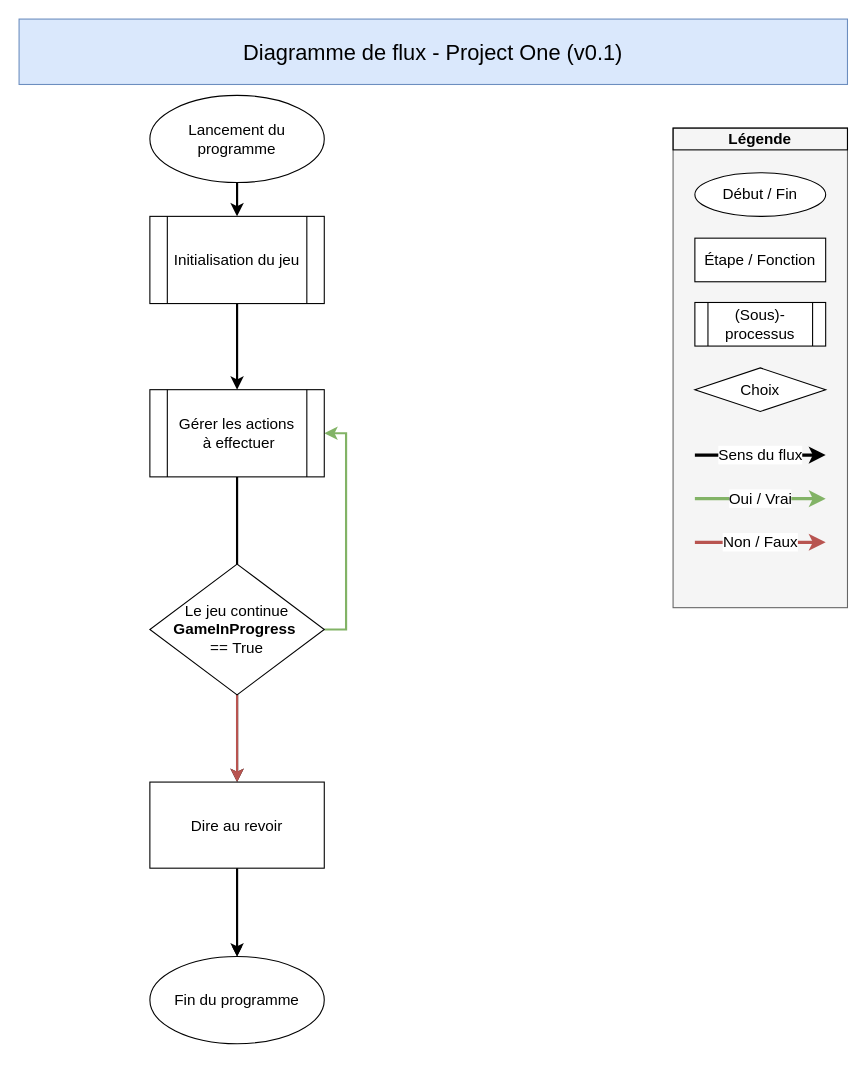
Above: page "main" (1 of 4) of project_one_.drawio in Aurelia61/project_one (draw.io), before the change. Source tidied: cells renumbered, new cells numbered last; positions are measured from the earlier drawing's top-left corner, leaving out a move shared by most shapes. Both pictures are drawn from the tidied source at 109%, with x=0, y=0 at pixel (19, 19).
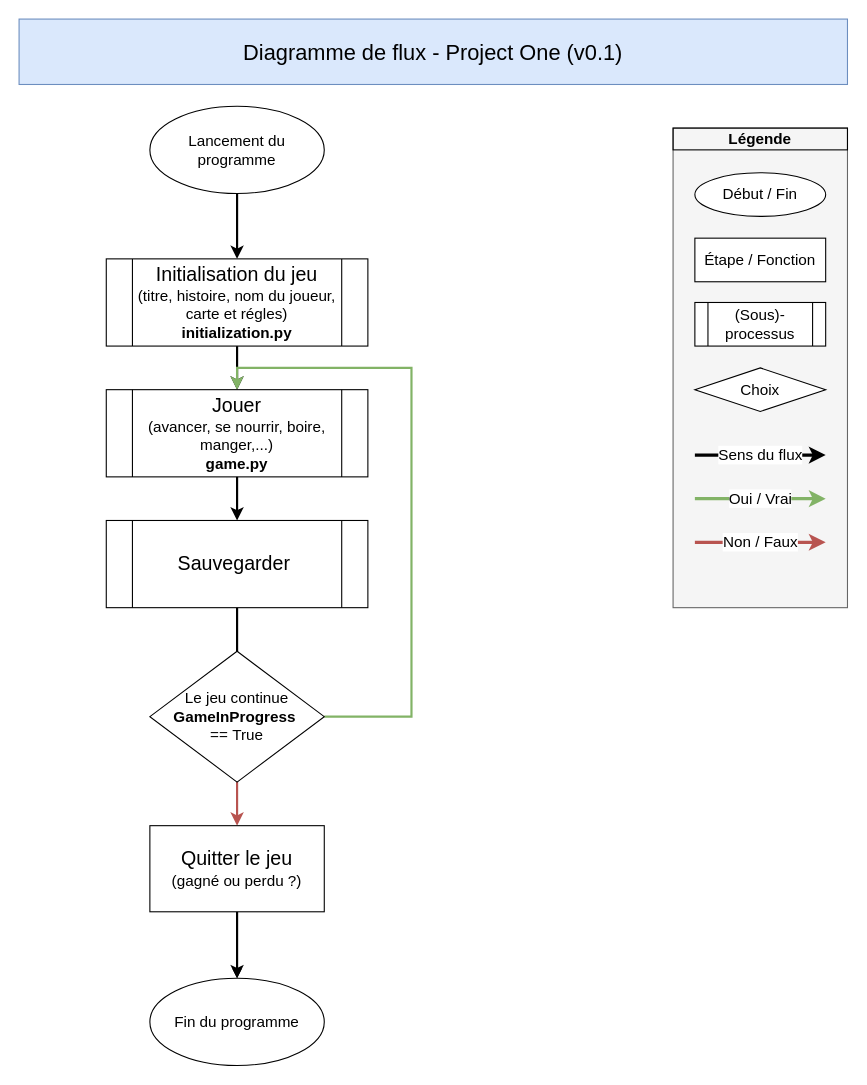
The same page after the edit.

Diff of the diagram source:
```diff
@@
     <mxCell id="11" value="Lancement du programme" style="ellipse;whiteSpace=wrap;html=1;fontSize=14;" parent="1" vertex="1">
-      <mxGeometry x="120" y="70" width="160" height="80" as="geometry" />
+      <mxGeometry x="120" y="80" width="160" height="80" as="geometry" />
     </mxCell>
@@
-    <mxCell id="14" style="edgeStyle=orthogonalEdgeStyle;rounded=0;jettySize=auto;html=1;exitX=0.5;exitY=1;exitDx=0;exitDy=0;entryX=0.5;entryY=0;entryDx=0;entryDy=0;strokeWidth=2;fontSize=14;" parent="1" edge="1" source="23">
+    <mxCell id="14" style="edgeStyle=orthogonalEdgeStyle;rounded=0;jettySize=auto;html=1;entryX=0.5;entryY=0;entryDx=0;entryDy=0;strokeWidth=2;fontSize=14;exitX=0.5;exitY=0;exitDx=0;exitDy=0;" parent="1" edge="1" source="25">
       <mxGeometry relative="1" as="geometry">
         <mxPoint x="200" y="700" as="targetPoint" />
       </mxGeometry>
     </mxCell>
-    <mxCell id="15" style="edgeStyle=orthogonalEdgeStyle;rounded=0;jettySize=auto;html=1;exitX=1;exitY=0.5;exitDx=0;exitDy=0;entryX=1;entryY=0.5;entryDx=0;entryDy=0;strokeWidth=2;fontSize=14;fillColor=#d5e8d4;strokeColor=#82b366;" parent="1" edge="1" source="24" target="23">
-      <mxGeometry relative="1" as="geometry" />
+    <mxCell id="15" style="edgeStyle=orthogonalEdgeStyle;rounded=0;jettySize=auto;html=1;exitX=1;exitY=0.5;exitDx=0;exitDy=0;entryX=0.5;entryY=0;entryDx=0;entryDy=0;strokeWidth=2;fontSize=14;fillColor=#d5e8d4;strokeColor=#82b366;" parent="1" edge="1" source="24" target="23">
+      <mxGeometry relative="1" as="geometry">
+        <Array as="points">
+          <mxPoint x="360" y="640" />
+          <mxPoint x="360" y="320" />
+          <mxPoint x="200" y="320" />
+        </Array>
+      </mxGeometry>
     </mxCell>
@@
-    <mxCell id="19" value="Dire au revoir" style="rounded=0;whiteSpace=wrap;html=1;fontSize=14;" parent="1" vertex="1">
-      <mxGeometry x="120" y="700" width="160" height="79" as="geometry" />
+    <mxCell id="19" value="&lt;font style=&quot;font-size: 18px&quot;&gt;Quitter le jeu&lt;/font&gt;&lt;br&gt;(gagné ou perdu ?)" style="rounded=0;whiteSpace=wrap;html=1;fontSize=14;" parent="1" vertex="1">
+      <mxGeometry x="120" y="740" width="160" height="79" as="geometry" />
     </mxCell>
     <mxCell id="20" value="Fin du programme" style="ellipse;whiteSpace=wrap;html=1;fontSize=14;" parent="1" vertex="1">
-      <mxGeometry x="120" y="860" width="160" height="80" as="geometry" />
+      <mxGeometry x="120" y="880" width="160" height="80" as="geometry" />
     </mxCell>
@@
-    <mxCell id="22" value="Initialisation du jeu" style="shape=process;whiteSpace=wrap;html=1;backgroundOutline=1;fontSize=14;" parent="1" vertex="1">
-      <mxGeometry x="120" y="181" width="160" height="80" as="geometry" />
+    <mxCell id="22" value="&lt;font style=&quot;font-size: 18px&quot;&gt;Initialisation du jeu&lt;/font&gt; &lt;br&gt;(titre, histoire, nom du joueur, carte et régles)&lt;br&gt;&lt;b&gt;initialization.py&lt;/b&gt;" style="shape=process;whiteSpace=wrap;html=1;backgroundOutline=1;fontSize=14;" parent="1" vertex="1">
+      <mxGeometry x="80" y="220" width="240" height="80" as="geometry" />
     </mxCell>
-    <mxCell id="23" value="Gérer les actions&lt;br&gt;&amp;nbsp;à effectuer" style="shape=process;whiteSpace=wrap;html=1;backgroundOutline=1;fontSize=14;" parent="1" vertex="1">
-      <mxGeometry x="120" y="340" width="160" height="80" as="geometry" />
+    <mxCell id="23" value="&lt;font style=&quot;font-size: 18px&quot;&gt;Jouer&lt;/font&gt;&lt;br&gt;(avancer, se nourrir, boire, manger,...)&lt;br&gt;&lt;b&gt;game.py&lt;/b&gt;" style="shape=process;whiteSpace=wrap;html=1;backgroundOutline=1;fontSize=14;" parent="1" vertex="1">
+      <mxGeometry x="80" y="340" width="240" height="80" as="geometry" />
     </mxCell>
     <mxCell id="24" value="&lt;div&gt;&lt;span&gt;Le jeu continue&lt;/span&gt;&lt;/div&gt;&lt;div&gt;&lt;b&gt;GameInProgress&amp;nbsp;&lt;/b&gt;&lt;/div&gt;&lt;div&gt;==&amp;nbsp;&lt;span&gt;True&lt;/span&gt;&lt;/div&gt;" style="rhombus;whiteSpace=wrap;html=1;fontSize=14;fontStyle=0;" parent="1" vertex="1">
-      <mxGeometry x="120" y="500" width="160" height="120" as="geometry" />
+      <mxGeometry x="120" y="580" width="160" height="120" as="geometry" />
     </mxCell>
+    <mxCell id="25" value="&lt;span style=&quot;font-size: 18px&quot;&gt;Sauvegarder&amp;nbsp;&lt;/span&gt;" style="shape=process;whiteSpace=wrap;html=1;backgroundOutline=1;fontSize=14;direction=west;" parent="1" vertex="1">
+      <mxGeometry x="80" y="460" width="240" height="80" as="geometry" />
+    </mxCell>
+    <mxCell id="26" style="endArrow=classic;html=1;fontSize=14;strokeWidth=2;exitX=0.5;exitY=1;exitDx=0;exitDy=0;entryX=0.5;entryY=1;entryDx=0;entryDy=0;" parent="1" edge="1" source="23" target="25">
+      <mxGeometry relative="1" as="geometry" />
+    </mxCell>
```
